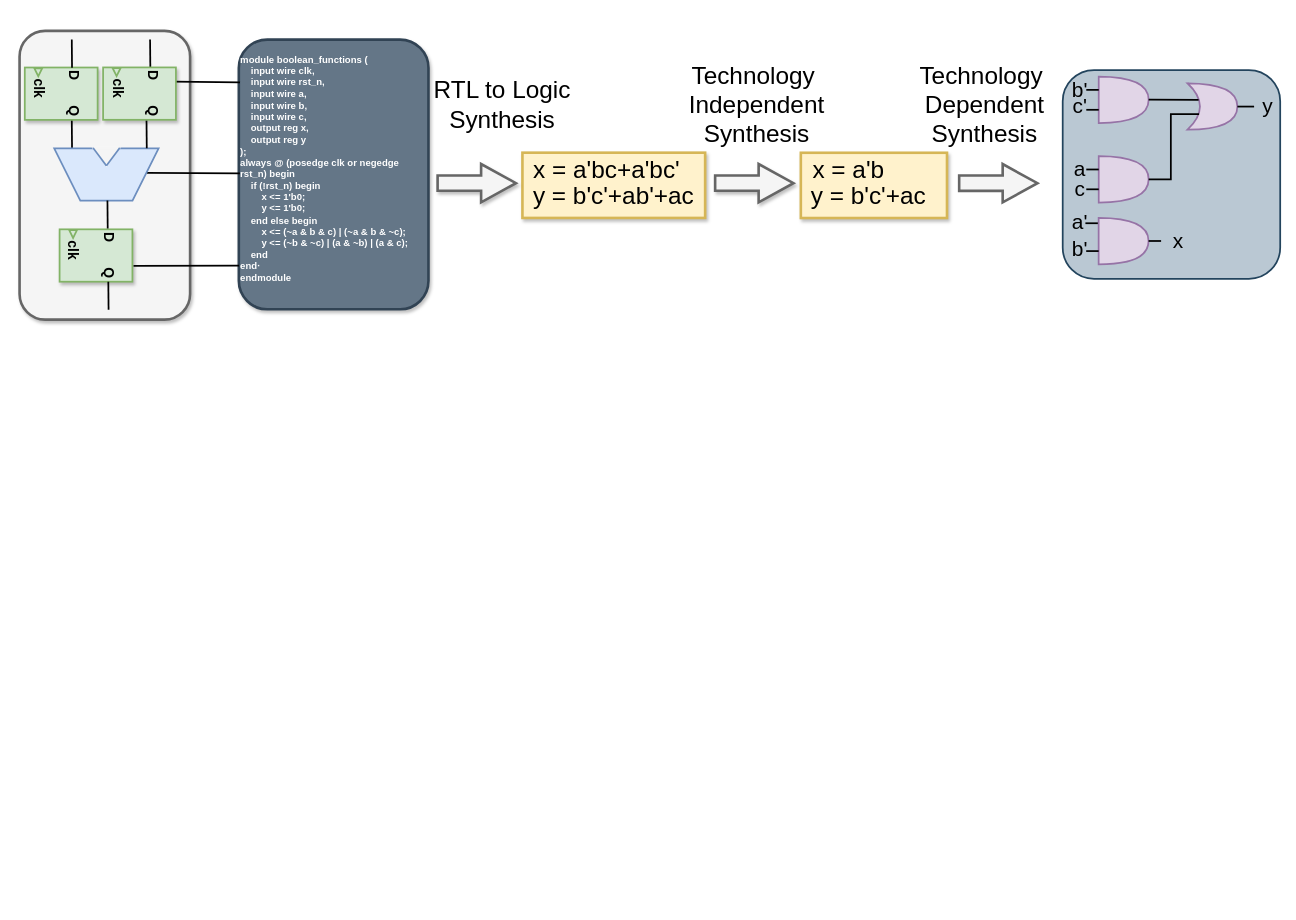
Above: logicsynthesis.drawio in kxzhu0505/LogicSynOpt (draw.io), before the change. Source tidied: cells renumbered, new cells numbered last; positions are measured from the earlier drawing's top-left corner, leaving out a move shared by most shapes. Both pictures are drawn from the tidied source at 87%, with x=0, y=0 at pixel (16, 30).
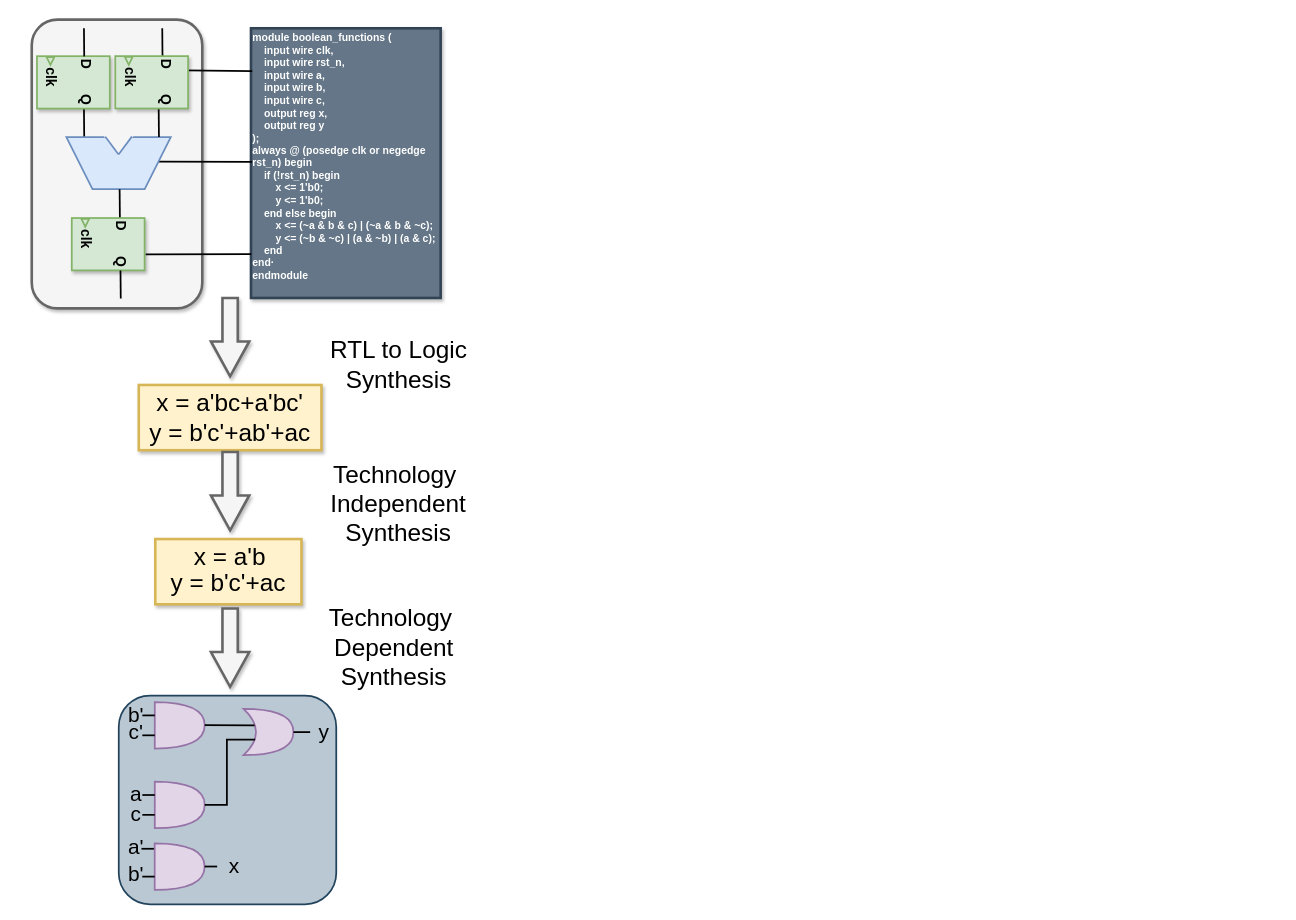
The same page after the edit.

The edit, as a diff of the source:
```diff
@@
     <mxCell id="2" style="rounded=0;whiteSpace=wrap;html=1;fillColor=#fff2cc;strokeColor=#d6b656;strokeWidth=3;shadow=1;" parent="1" vertex="1">
-      <mxGeometry x="902" y="140.1" width="168" height="75" as="geometry" />
+      <mxGeometry x="160" y="584.1" width="168" height="75" as="geometry" />
     </mxCell>
     <mxCell id="3" style="rounded=0;whiteSpace=wrap;html=1;fillColor=#fff2cc;strokeColor=#d6b656;strokeWidth=3;shadow=1;" parent="1" vertex="1">
-      <mxGeometry x="582" y="140" width="210" height="75" as="geometry" />
+      <mxGeometry x="141" y="407" width="210" height="75" as="geometry" />
     </mxCell>
-    <mxCell id="4" value="&lt;div style=&quot;font-size: 11px;&quot;&gt;&lt;b style=&quot;&quot;&gt;&lt;font style=&quot;font-size: 11px;&quot;&gt;module boolean_functions (&lt;/font&gt;&lt;/b&gt;&lt;/div&gt;&lt;div style=&quot;font-size: 11px;&quot;&gt;&lt;b&gt;&lt;font style=&quot;font-size: 11px;&quot;&gt;&amp;nbsp; &amp;nbsp; input wire clk,&lt;/font&gt;&lt;/b&gt;&lt;/div&gt;&lt;div style=&quot;font-size: 11px;&quot;&gt;&lt;b&gt;&lt;font style=&quot;font-size: 11px;&quot;&gt;&amp;nbsp; &amp;nbsp; input wire rst_n,&lt;/font&gt;&lt;/b&gt;&lt;/div&gt;&lt;div style=&quot;font-size: 11px;&quot;&gt;&lt;b&gt;&lt;font style=&quot;font-size: 11px;&quot;&gt;&amp;nbsp; &amp;nbsp; input wire a,&lt;/font&gt;&lt;/b&gt;&lt;/div&gt;&lt;div style=&quot;font-size: 11px;&quot;&gt;&lt;b&gt;&lt;font style=&quot;font-size: 11px;&quot;&gt;&amp;nbsp; &amp;nbsp; input wire b,&lt;/font&gt;&lt;/b&gt;&lt;/div&gt;&lt;div style=&quot;font-size: 11px;&quot;&gt;&lt;b&gt;&lt;font style=&quot;font-size: 11px;&quot;&gt;&amp;nbsp; &amp;nbsp; input wire c,&lt;/font&gt;&lt;/b&gt;&lt;/div&gt;&lt;div style=&quot;font-size: 11px;&quot;&gt;&lt;b&gt;&lt;font style=&quot;font-size: 11px;&quot;&gt;&amp;nbsp; &amp;nbsp; output reg x,&lt;/font&gt;&lt;/b&gt;&lt;/div&gt;&lt;div style=&quot;font-size: 11px;&quot;&gt;&lt;b&gt;&lt;font style=&quot;font-size: 11px;&quot;&gt;&amp;nbsp; &amp;nbsp; output reg y&lt;/font&gt;&lt;/b&gt;&lt;/div&gt;&lt;div style=&quot;font-size: 11px;&quot;&gt;&lt;b&gt;&lt;font style=&quot;font-size: 11px;&quot;&gt;);&lt;/font&gt;&lt;/b&gt;&lt;/div&gt;&lt;div style=&quot;font-size: 11px;&quot;&gt;&lt;b&gt;&lt;font style=&quot;font-size: 11px;&quot;&gt;always @ (posedge clk or negedge rst_n) begin&lt;/font&gt;&lt;/b&gt;&lt;/div&gt;&lt;div style=&quot;font-size: 11px;&quot;&gt;&lt;b&gt;&lt;font style=&quot;font-size: 11px;&quot;&gt;&amp;nbsp; &amp;nbsp; if (!rst_n) begin&lt;/font&gt;&lt;/b&gt;&lt;/div&gt;&lt;div style=&quot;font-size: 11px;&quot;&gt;&lt;b&gt;&lt;font style=&quot;font-size: 11px;&quot;&gt;&amp;nbsp; &amp;nbsp; &amp;nbsp; &amp;nbsp; x &amp;lt;= 1'b0;&lt;/font&gt;&lt;/b&gt;&lt;/div&gt;&lt;div style=&quot;font-size: 11px;&quot;&gt;&lt;b&gt;&lt;font style=&quot;font-size: 11px;&quot;&gt;&amp;nbsp; &amp;nbsp; &amp;nbsp; &amp;nbsp; y &amp;lt;= 1'b0;&lt;/font&gt;&lt;/b&gt;&lt;/div&gt;&lt;div style=&quot;font-size: 11px;&quot;&gt;&lt;b&gt;&lt;font style=&quot;font-size: 11px;&quot;&gt;&amp;nbsp; &amp;nbsp; end else begin&lt;/font&gt;&lt;/b&gt;&lt;/div&gt;&lt;div style=&quot;font-size: 11px;&quot;&gt;&lt;b&gt;&lt;font style=&quot;font-size: 11px;&quot;&gt;&amp;nbsp; &amp;nbsp; &amp;nbsp; &amp;nbsp; x &amp;lt;= (~a &amp;amp; b &amp;amp; c) | (~a &amp;amp; b &amp;amp; ~c);&lt;/font&gt;&lt;/b&gt;&lt;/div&gt;&lt;div style=&quot;font-size: 11px;&quot;&gt;&lt;b&gt;&lt;font style=&quot;font-size: 11px;&quot;&gt;&amp;nbsp; &amp;nbsp; &amp;nbsp; &amp;nbsp; y &amp;lt;= (~b &amp;amp; ~c) | (a &amp;amp; ~b) | (a &amp;amp; c);&lt;/font&gt;&lt;/b&gt;&lt;/div&gt;&lt;div style=&quot;font-size: 11px;&quot;&gt;&lt;b&gt;&lt;font style=&quot;font-size: 11px;&quot;&gt;&amp;nbsp; &amp;nbsp; end&lt;/font&gt;&lt;/b&gt;&lt;/div&gt;&lt;div style=&quot;font-size: 11px;&quot;&gt;&lt;b&gt;&lt;font style=&quot;font-size: 11px;&quot;&gt;end·&lt;/font&gt;&lt;/b&gt;&lt;/div&gt;&lt;div style=&quot;font-size: 11px;&quot;&gt;&lt;b&gt;&lt;font style=&quot;font-size: 11px;&quot;&gt;endmodule&lt;/font&gt;&lt;/b&gt;&lt;/div&gt;&lt;div style=&quot;font-size: 11px;&quot;&gt;&lt;br&gt;&lt;/div&gt;" style="rounded=1;whiteSpace=wrap;html=1;strokeWidth=3;fillColor=#647687;fontColor=#ffffff;strokeColor=#314354;shadow=1;align=left;" parent="1" vertex="1">
-      <mxGeometry x="256" y="10" width="218" height="310" as="geometry" />
+    <mxCell id="4" value="&lt;div style=&quot;&quot;&gt;&lt;b style=&quot;&quot;&gt;&lt;font style=&quot;font-size: 12px;&quot;&gt;module boolean_functions (&lt;/font&gt;&lt;/b&gt;&lt;/div&gt;&lt;div style=&quot;&quot;&gt;&lt;b&gt;&lt;font style=&quot;font-size: 12px;&quot;&gt;&amp;nbsp; &amp;nbsp; input wire clk,&lt;/font&gt;&lt;/b&gt;&lt;/div&gt;&lt;div style=&quot;&quot;&gt;&lt;b&gt;&lt;font style=&quot;font-size: 12px;&quot;&gt;&amp;nbsp; &amp;nbsp; input wire rst_n,&lt;/font&gt;&lt;/b&gt;&lt;/div&gt;&lt;div style=&quot;&quot;&gt;&lt;b&gt;&lt;font style=&quot;font-size: 12px;&quot;&gt;&amp;nbsp; &amp;nbsp; input wire a,&lt;/font&gt;&lt;/b&gt;&lt;/div&gt;&lt;div style=&quot;&quot;&gt;&lt;b&gt;&lt;font style=&quot;font-size: 12px;&quot;&gt;&amp;nbsp; &amp;nbsp; input wire b,&lt;/font&gt;&lt;/b&gt;&lt;/div&gt;&lt;div style=&quot;&quot;&gt;&lt;b&gt;&lt;font style=&quot;font-size: 12px;&quot;&gt;&amp;nbsp; &amp;nbsp; input wire c,&lt;/font&gt;&lt;/b&gt;&lt;/div&gt;&lt;div style=&quot;&quot;&gt;&lt;b&gt;&lt;font style=&quot;font-size: 12px;&quot;&gt;&amp;nbsp; &amp;nbsp; output reg x,&lt;/font&gt;&lt;/b&gt;&lt;/div&gt;&lt;div style=&quot;&quot;&gt;&lt;b&gt;&lt;font style=&quot;font-size: 12px;&quot;&gt;&amp;nbsp; &amp;nbsp; output reg y&lt;/font&gt;&lt;/b&gt;&lt;/div&gt;&lt;div style=&quot;&quot;&gt;&lt;b&gt;&lt;font style=&quot;font-size: 12px;&quot;&gt;);&lt;/font&gt;&lt;/b&gt;&lt;/div&gt;&lt;div style=&quot;&quot;&gt;&lt;b&gt;&lt;font style=&quot;font-size: 12px;&quot;&gt;always @ (posedge clk or negedge rst_n) begin&lt;/font&gt;&lt;/b&gt;&lt;/div&gt;&lt;div style=&quot;&quot;&gt;&lt;b&gt;&lt;font style=&quot;font-size: 12px;&quot;&gt;&amp;nbsp; &amp;nbsp; if (!rst_n) begin&lt;/font&gt;&lt;/b&gt;&lt;/div&gt;&lt;div style=&quot;&quot;&gt;&lt;b&gt;&lt;font style=&quot;font-size: 12px;&quot;&gt;&amp;nbsp; &amp;nbsp; &amp;nbsp; &amp;nbsp; x &amp;lt;= 1'b0;&lt;/font&gt;&lt;/b&gt;&lt;/div&gt;&lt;div style=&quot;&quot;&gt;&lt;b&gt;&lt;font style=&quot;font-size: 12px;&quot;&gt;&amp;nbsp; &amp;nbsp; &amp;nbsp; &amp;nbsp; y &amp;lt;= 1'b0;&lt;/font&gt;&lt;/b&gt;&lt;/div&gt;&lt;div style=&quot;&quot;&gt;&lt;b&gt;&lt;font style=&quot;font-size: 12px;&quot;&gt;&amp;nbsp; &amp;nbsp; end else begin&lt;/font&gt;&lt;/b&gt;&lt;/div&gt;&lt;div style=&quot;&quot;&gt;&lt;b&gt;&lt;font style=&quot;font-size: 12px;&quot;&gt;&amp;nbsp; &amp;nbsp; &amp;nbsp; &amp;nbsp; x &amp;lt;= (~a &amp;amp; b &amp;amp; c) | (~a &amp;amp; b &amp;amp; ~c);&lt;/font&gt;&lt;/b&gt;&lt;/div&gt;&lt;div style=&quot;&quot;&gt;&lt;b&gt;&lt;font style=&quot;font-size: 12px;&quot;&gt;&amp;nbsp; &amp;nbsp; &amp;nbsp; &amp;nbsp; y &amp;lt;= (~b &amp;amp; ~c) | (a &amp;amp; ~b) | (a &amp;amp; c);&lt;/font&gt;&lt;/b&gt;&lt;/div&gt;&lt;div style=&quot;&quot;&gt;&lt;b&gt;&lt;font style=&quot;font-size: 12px;&quot;&gt;&amp;nbsp; &amp;nbsp; end&lt;/font&gt;&lt;/b&gt;&lt;/div&gt;&lt;div style=&quot;&quot;&gt;&lt;b&gt;&lt;font style=&quot;font-size: 12px;&quot;&gt;end·&lt;/font&gt;&lt;/b&gt;&lt;/div&gt;&lt;div style=&quot;&quot;&gt;&lt;b&gt;&lt;font style=&quot;font-size: 12px;&quot;&gt;endmodule&lt;/font&gt;&lt;/b&gt;&lt;/div&gt;&lt;div style=&quot;&quot;&gt;&lt;br&gt;&lt;/div&gt;" style="rounded=0;whiteSpace=wrap;html=1;strokeWidth=3;fillColor=#647687;fontColor=#ffffff;strokeColor=#314354;shadow=1;align=left;" parent="1" vertex="1">
+      <mxGeometry x="270" y="-3" width="218" height="310" as="geometry" />
     </mxCell>
-    <mxCell id="5" style="html=1;shadow=1;dashed=0;align=center;verticalAlign=middle;shape=mxgraph.arrows2.arrow;dy=0.6;dx=40;direction=south;notch=0;strokeWidth=3;fontFamily=Helvetica;rotation=-90;fillColor=#f5f5f5;fontColor=#333333;strokeColor=#666666;" parent="1" vertex="1">
-      <mxGeometry x="507.5" y="130" width="44" height="90" as="geometry" />
+    <mxCell id="5" style="html=1;shadow=1;dashed=0;align=center;verticalAlign=middle;shape=mxgraph.arrows2.arrow;dy=0.6;dx=40;direction=south;notch=0;strokeWidth=3;fontFamily=Helvetica;rotation=0;fillColor=#f5f5f5;fontColor=#333333;strokeColor=#666666;" parent="1" vertex="1">
+      <mxGeometry x="224" y="307" width="44" height="90" as="geometry" />
     </mxCell>
     <mxCell id="6" style="group;fontFamily=Helvetica;" parent="1" vertex="1">
-      <mxGeometry x="10" y="18.8" width="210" height="320.6" as="geometry" />
+      <mxGeometry x="24" y="5.8" width="210" height="320.6" as="geometry" />
     </mxCell>
@@
     <mxCell id="25" style="shape=trapezoid;perimeter=trapezoidPerimeter;whiteSpace=wrap;html=1;fixedSize=1;rotation=-180;strokeWidth=2;size=30;fillColor=#dae8fc;strokeColor=#6c8ebf;fontFamily=Helvetica;" parent="1" vertex="1">
-      <mxGeometry x="43.8" y="135" width="120" height="60" as="geometry" />
+      <mxGeometry x="57.8" y="122" width="120" height="60" as="geometry" />
     </mxCell>
     <mxCell id="26" style="triangle;whiteSpace=wrap;html=1;rotation=90;strokeWidth=2;fillColor=#F5F5F5;strokeColor=#f5f5f5;fontFamily=Helvetica;" parent="1" vertex="1">
-      <mxGeometry x="93.8" y="130" width="20" height="30" as="geometry" />
+      <mxGeometry x="107.8" y="117" width="20" height="30" as="geometry" />
     </mxCell>
     <mxCell id="27" style="endArrow=none;html=1;rounded=0;strokeColor=#f5f5f5;strokeWidth=3;curved=0;fontFamily=Helvetica;" parent="1" edge="1">
       <mxGeometry relative="1" as="geometry">
-        <mxPoint x="89.2" y="134.9" as="sourcePoint" />
-        <mxPoint x="118.2" y="134.9" as="targetPoint" />
+        <mxPoint x="103.2" y="121.9" as="sourcePoint" />
+        <mxPoint x="132.2" y="121.9" as="targetPoint" />
       </mxGeometry>
     </mxCell>
@@
     <mxCell id="30" style="endArrow=none;html=1;rounded=0;endSize=6;strokeWidth=2;entryX=0.82;entryY=0.974;entryDx=0;entryDy=0;entryPerimeter=0;exitX=1.006;exitY=0.404;exitDx=0;exitDy=0;exitPerimeter=0;fontFamily=Helvetica;" parent="1" edge="1">
       <mxGeometry relative="1" as="geometry">
-        <mxPoint x="149.9" y="102.8" as="sourcePoint" />
-        <mxPoint x="150.2" y="135" as="targetPoint" />
+        <mxPoint x="163.9" y="89.8" as="sourcePoint" />
+        <mxPoint x="164.2" y="122" as="targetPoint" />
       </mxGeometry>
     </mxCell>
     <mxCell id="31" style="endArrow=none;html=1;rounded=0;endSize=6;strokeWidth=2;entryX=0.82;entryY=0.974;entryDx=0;entryDy=0;entryPerimeter=0;exitX=1.006;exitY=0.404;exitDx=0;exitDy=0;exitPerimeter=0;fontFamily=Helvetica;" parent="1" edge="1">
       <mxGeometry relative="1" as="geometry">
-        <mxPoint x="105" y="195" as="sourcePoint" />
-        <mxPoint x="105.3" y="227.2" as="targetPoint" />
+        <mxPoint x="119" y="182" as="sourcePoint" />
+        <mxPoint x="119.3" y="214.2" as="targetPoint" />
       </mxGeometry>
     </mxCell>
     <mxCell id="32" style="endArrow=none;html=1;rounded=0;endSize=6;strokeWidth=2;exitX=-0.003;exitY=0.173;exitDx=0;exitDy=0;exitPerimeter=0;entryX=0.481;entryY=0.002;entryDx=0;entryDy=0;entryPerimeter=0;fontFamily=Helvetica;" parent="1" edge="1">
       <mxGeometry relative="1" as="geometry">
-        <mxPoint x="257.4" y="59.2" as="sourcePoint" />
-        <mxPoint x="180.7" y="58.4" as="targetPoint" />
+        <mxPoint x="271.4" y="46.2" as="sourcePoint" />
+        <mxPoint x="194.7" y="45.4" as="targetPoint" />
       </mxGeometry>
     </mxCell>
     <mxCell id="33" style="endArrow=none;html=1;rounded=0;endSize=6;strokeWidth=2;exitX=-0.008;exitY=0.816;exitDx=0;exitDy=0;exitPerimeter=0;entryX=0.481;entryY=0.002;entryDx=0;entryDy=0;entryPerimeter=0;fontFamily=Helvetica;" parent="1" edge="1">
       <mxGeometry relative="1" as="geometry">
-        <mxPoint x="256.3" y="269.7" as="sourcePoint" />
-        <mxPoint x="135" y="270" as="targetPoint" />
+        <mxPoint x="270.3" y="256.7" as="sourcePoint" />
+        <mxPoint x="149" y="257" as="targetPoint" />
       </mxGeometry>
     </mxCell>
     <mxCell id="34" value="&lt;font style=&quot;font-size: 28px;&quot;&gt;x = a'bc+a'bc'&lt;/font&gt;" style="text;html=1;align=center;verticalAlign=middle;whiteSpace=wrap;rounded=0;fontFamily=Helvetica;" parent="1" vertex="1">
-      <mxGeometry x="584" y="130" width="190" height="60" as="geometry" />
+      <mxGeometry x="151" y="397" width="190" height="60" as="geometry" />
     </mxCell>
     <mxCell id="35" value="&lt;font style=&quot;font-size: 28px;&quot;&gt;y = b'c'+ab'+ac&lt;/font&gt;" style="text;html=1;align=center;verticalAlign=middle;whiteSpace=wrap;rounded=0;fontFamily=Helvetica;" parent="1" vertex="1">
-      <mxGeometry x="582" y="160" width="210" height="60" as="geometry" />
+      <mxGeometry x="141" y="432" width="210" height="60" as="geometry" />
     </mxCell>
     <mxCell id="36" value="&lt;font style=&quot;font-size: 28px;&quot;&gt;x = a'b&lt;/font&gt;" style="text;html=1;align=center;verticalAlign=middle;whiteSpace=wrap;rounded=0;fontFamily=Helvetica;" parent="1" vertex="1">
-      <mxGeometry x="897" y="130" width="120" height="60" as="geometry" />
+      <mxGeometry x="186" y="574" width="120" height="60" as="geometry" />
     </mxCell>
     <mxCell id="37" value="&lt;font style=&quot;font-size: 28px;&quot;&gt;y = b'c'+ac&lt;/font&gt;" style="text;html=1;align=center;verticalAlign=middle;whiteSpace=wrap;rounded=0;fontFamily=Helvetica;" parent="1" vertex="1">
-      <mxGeometry x="910" y="160" width="140" height="60" as="geometry" />
+      <mxGeometry x="174" y="604" width="140" height="60" as="geometry" />
     </mxCell>
     <mxCell id="38" value="&lt;font style=&quot;font-size: 28px;&quot;&gt;RTL to Logic&lt;/font&gt;&lt;div style=&quot;font-size: 28px;&quot;&gt;&lt;font style=&quot;font-size: 28px;&quot;&gt;Synthesis&lt;/font&gt;&lt;/div&gt;" style="text;html=1;align=center;verticalAlign=middle;whiteSpace=wrap;rounded=0;fontFamily=Helvetica;strokeWidth=3;fontSize=11;" parent="1" vertex="1">
-      <mxGeometry x="434" y="55" width="250" height="60" as="geometry" />
+      <mxGeometry x="314.5" y="354" width="250" height="60" as="geometry" />
     </mxCell>
     <mxCell id="39" value="&lt;font style=&quot;font-size: 28px;&quot;&gt;Technology&amp;nbsp;&lt;/font&gt;&lt;div style=&quot;font-size: 28px;&quot;&gt;&lt;font style=&quot;font-size: 28px;&quot;&gt;Independent&lt;/font&gt;&lt;/div&gt;&lt;div style=&quot;font-size: 28px;&quot;&gt;&lt;font style=&quot;font-size: 28px;&quot;&gt;Synthesis&lt;/font&gt;&lt;/div&gt;" style="text;html=1;align=center;verticalAlign=middle;whiteSpace=wrap;rounded=0;fontFamily=Helvetica;strokeWidth=3;" parent="1" vertex="1">
-      <mxGeometry x="740" y="54.8" width="223" height="60" as="geometry" />
+      <mxGeometry x="328" y="514" width="223" height="60" as="geometry" />
     </mxCell>
-    <mxCell id="40" style="html=1;shadow=1;dashed=0;align=center;verticalAlign=middle;shape=mxgraph.arrows2.arrow;dy=0.6;dx=40;direction=south;notch=0;strokeWidth=3;fontFamily=Helvetica;rotation=-90;fillColor=#f5f5f5;fontColor=#333333;strokeColor=#666666;" parent="1" vertex="1">
-      <mxGeometry x="826.5" y="130" width="44" height="90" as="geometry" />
-    </mxCell>
     <mxCell id="41" value="&lt;font style=&quot;font-size: 28px;&quot;&gt;Technology&amp;nbsp;&lt;/font&gt;&lt;div style=&quot;font-size: 28px;&quot;&gt;&lt;font style=&quot;font-size: 28px;&quot;&gt;Dependent&lt;/font&gt;&lt;/div&gt;&lt;div style=&quot;font-size: 28px;&quot;&gt;&lt;font style=&quot;font-size: 28px;&quot;&gt;Synthesis&lt;/font&gt;&lt;/div&gt;" style="text;html=1;align=center;verticalAlign=middle;whiteSpace=wrap;rounded=0;fontFamily=Helvetica;strokeWidth=3;" parent="1" vertex="1">
-      <mxGeometry x="996.5" y="55" width="233" height="60" as="geometry" />
+      <mxGeometry x="318" y="679" width="233" height="60" as="geometry" />
     </mxCell>
-    <mxCell id="42" style="html=1;shadow=0;dashed=0;align=center;verticalAlign=middle;shape=mxgraph.arrows2.arrow;dy=0.6;dx=40;direction=south;notch=0;strokeWidth=3;fontFamily=Helvetica;rotation=-90;fillColor=#f5f5f5;fontColor=#333333;strokeColor=#666666;" parent="1" vertex="1">
-      <mxGeometry x="1107" y="130.1" width="44" height="90" as="geometry" />
-    </mxCell>
     <mxCell id="43" style="group;rotation=90;shadow=0;" parent="1" vertex="1">
-      <mxGeometry x="94" y="30" width="95" height="83.7" as="geometry" />
+      <mxGeometry x="108" y="17" width="95" height="83.7" as="geometry" />
     </mxCell>
@@
     <mxCell id="49" style="group;rounded=1;" parent="1" vertex="1">
-      <mxGeometry x="1203" y="45" width="250" height="240" as="geometry" />
+      <mxGeometry x="118" y="764" width="250" height="240" as="geometry" />
     </mxCell>
@@
+    <mxCell id="74" style="html=1;shadow=1;dashed=0;align=center;verticalAlign=middle;shape=mxgraph.arrows2.arrow;dy=0.6;dx=40;direction=south;notch=0;strokeWidth=3;fontFamily=Helvetica;rotation=0;fillColor=#f5f5f5;fontColor=#333333;strokeColor=#666666;" parent="1" vertex="1">
+      <mxGeometry x="224" y="484" width="44" height="90" as="geometry" />
+    </mxCell>
+    <mxCell id="75" style="html=1;shadow=1;dashed=0;align=center;verticalAlign=middle;shape=mxgraph.arrows2.arrow;dy=0.6;dx=40;direction=south;notch=0;strokeWidth=3;fontFamily=Helvetica;rotation=0;fillColor=#f5f5f5;fontColor=#333333;strokeColor=#666666;" parent="1" vertex="1">
+      <mxGeometry x="224" y="664" width="44" height="90" as="geometry" />
+    </mxCell>
```
